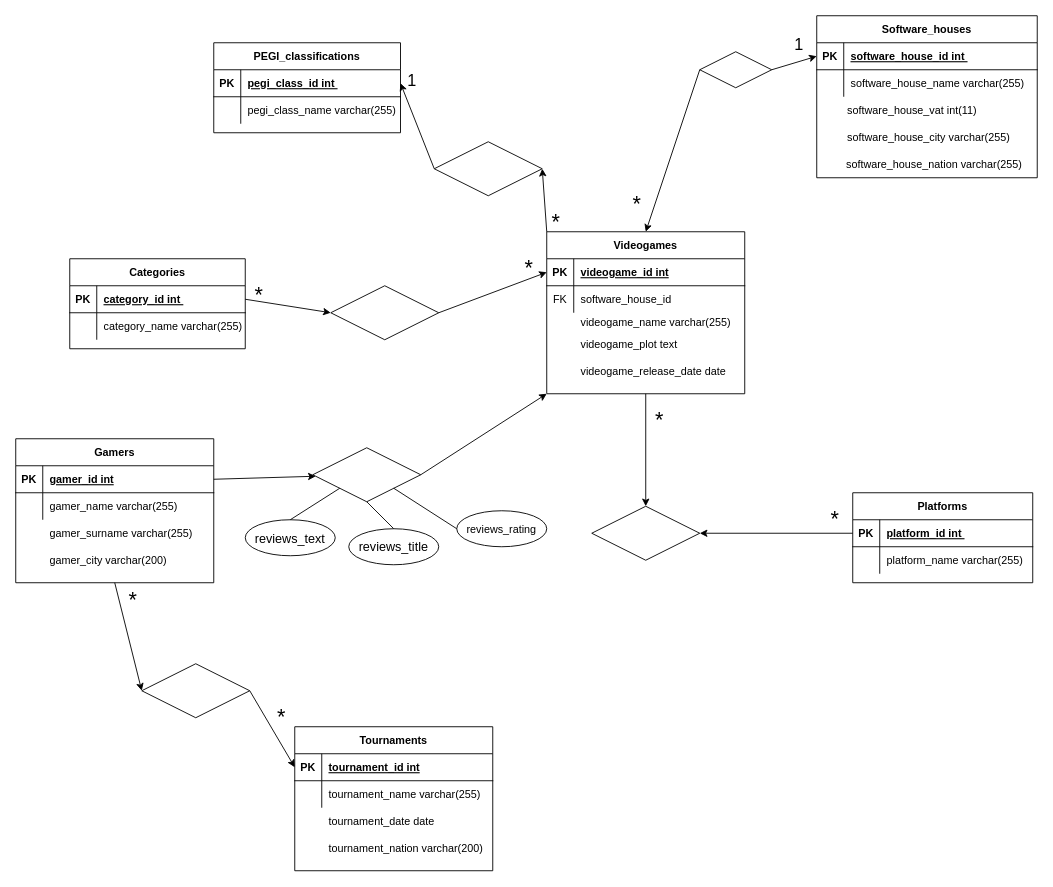
Cix8/db-videogames keeps this draw.io diagram as videogames-db.drawio. Above is the earlier version. Source tidied: cells renumbered, new cells numbered last; positions are measured from the earlier drawing's top-left corner, leaving out a move shared by most shapes. Both pictures are drawn from the tidied source at 90%, with x=0, y=0 at pixel (15, 15).
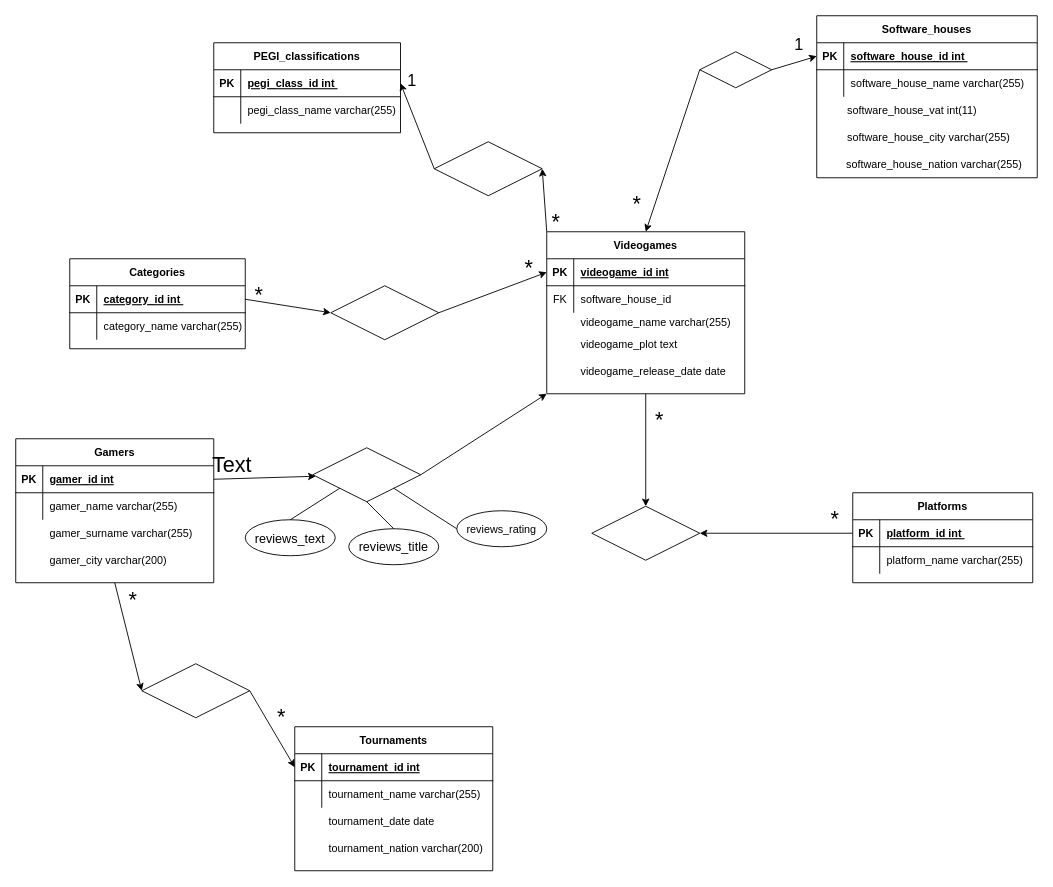
After the change.

What changed in the source:
```diff
@@
+    <mxCell id="113" value="Text" style="text;html=1;align=center;verticalAlign=middle;strokeColor=none;fillColor=none;fontSize=24;" parent="1" vertex="1">
+      <mxGeometry x="220" y="490" width="40" height="20" as="geometry" />
+    </mxCell>
```
